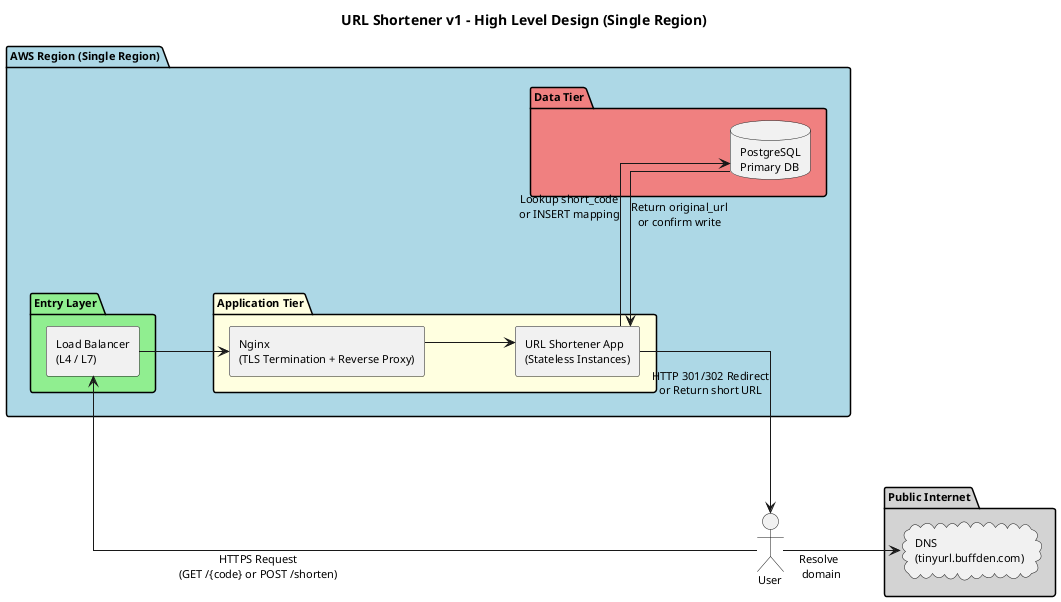
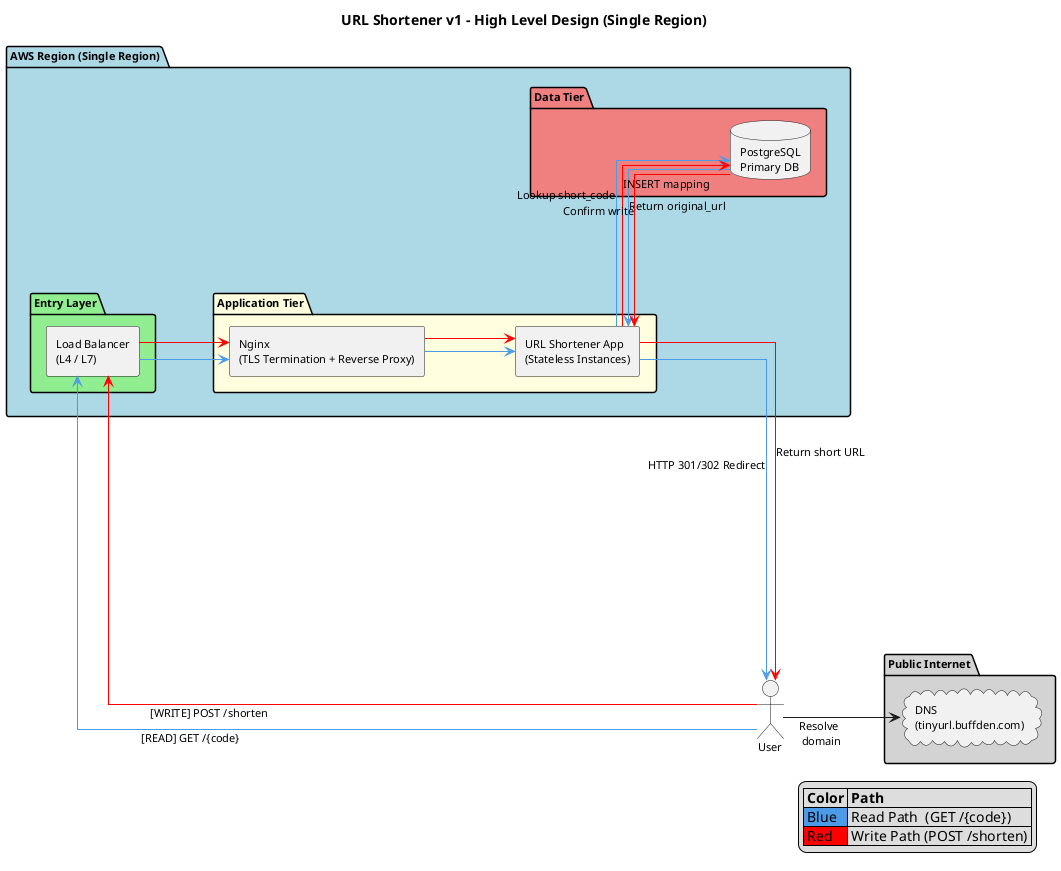
@startuml URLShortenerV1
title URL Shortener v1 - High Level Design (Single Region)

left to right direction
skinparam linetype ortho
skinparam shadowing false
skinparam componentStyle rectangle
skinparam defaultFontName Arial
skinparam defaultFontSize 11
skinparam nodesep 170
skinparam ranksep 90
skinparam packagePadding 26
skinparam componentPadding 12
skinparam component<<spacer>> {
    BorderColor transparent
    BackgroundColor transparent
    FontColor transparent
}
+ 
+ ' ---------------- LEGEND ----------------
+ legend right
+   |= Color |= Path |
+   |<#4C9BE8> Blue  | Read Path  (GET /{code})   |
+   |<#FF0000> Red   | Write Path (POST /shorten) |
+ endlegend

' ---------------- CLIENT ----------------
actor User

' ---------------- INTERNET ----------------
package "Public Internet" #LightGray {
    cloud "DNS\n(tinyurl.buffden.com)" as DNS
}

' ---------------- AWS REGION ----------------
package "AWS Region (Single Region)" #LightBlue {

    package "Entry Layer" #LightGreen {
        [Load Balancer\n(L4 / L7)] as LB
    }

    package "Application Tier" #LightYellow {
        [Nginx\n(TLS Termination + Reverse Proxy)] as NGINX
        [URL Shortener App\n(Stateless Instances)] as APP
    }

    package "Data Tier" #LightCoral {
        [ ] as DATA_GAP <<spacer>>
        database "PostgreSQL\nPrimary DB" as DB
    }
}

' Layout alignment
NGINX -[hidden]-> APP
APP -[hidden]-> DATA_GAP
DATA_GAP -[hidden]-> DB

- ' ---------------- FLOW ----------------
+ ' ---------------- SHARED PATH ----------------

User --> DNS : Resolve \n domain
- User --> LB : HTTPS Request\n(GET /{code} or POST /shorten)

- LB --> NGINX
- NGINX --> APP
+ ' ---------------- READ PATH (blue) ----------------

- APP --> DB : Lookup short_code\nor INSERT mapping
- DB --> APP : Return original_url\nor confirm write
+ User -[#4C9BE8]-> LB : [READ] GET /{code}
+ LB -[#4C9BE8]-> NGINX
+ NGINX -[#4C9BE8]-> APP
+ APP -[#4C9BE8]-> DB : Lookup short_code
+ DB -[#4C9BE8]-> APP : Return original_url
+ APP -[#4C9BE8]-> User : HTTP 301/302 Redirect

- APP --> User : HTTP 301/302 Redirect\nor Return short URL
+ ' ---------------- WRITE PATH (red) ----------------

- @enduml+ User -[#FF0000]-> LB : [WRITE] POST /shorten
+ LB -[#FF0000]-> NGINX
+ NGINX -[#FF0000]-> APP
+ APP -[#FF0000]-> DB : INSERT mapping
+ DB -[#FF0000]-> APP : Confirm write
+ APP -[#FF0000]-> User : Return short URL
+ 
+ @enduml
